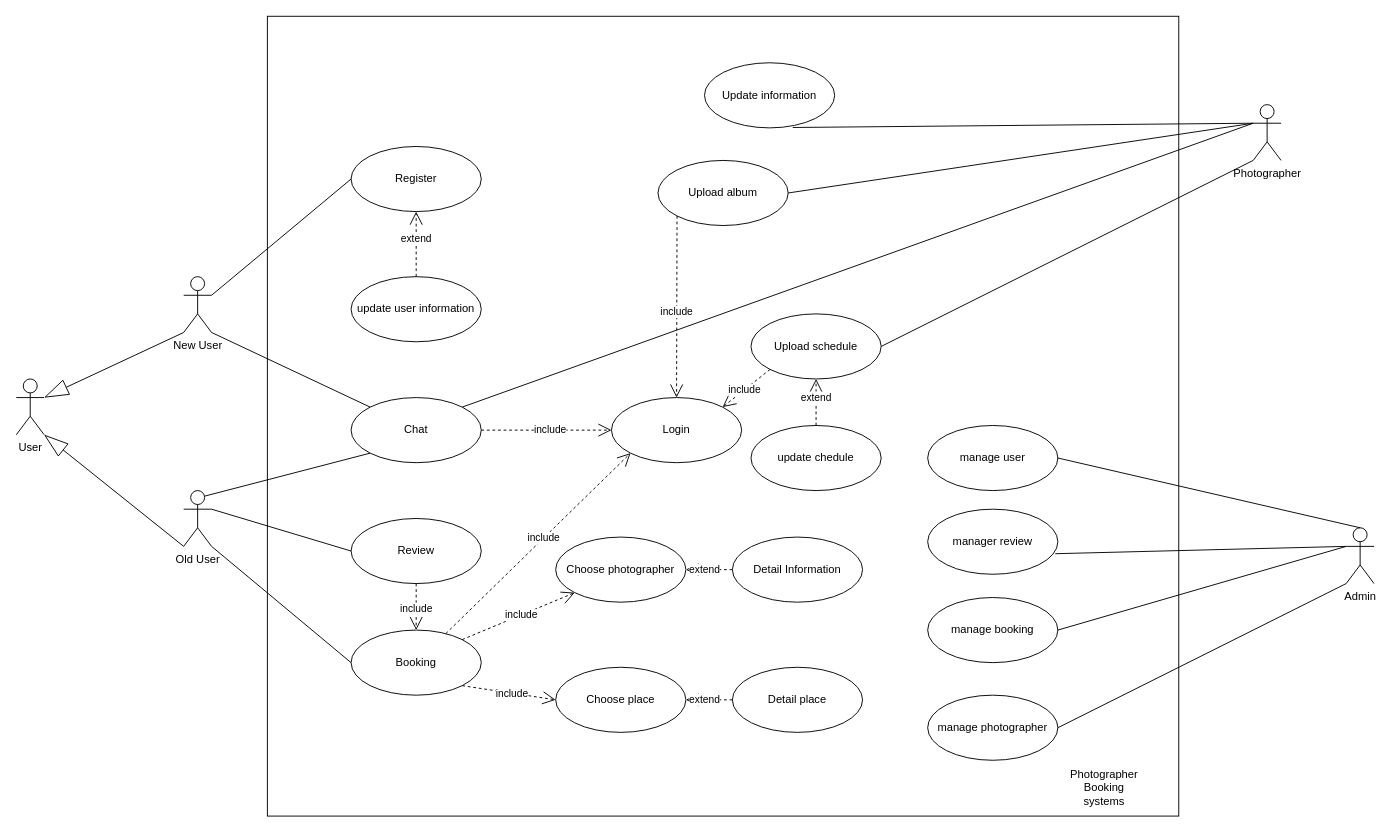
Before: Untitled Diagramxxx1.drawio in caoquy2000/DBI, a draw.io diagram. Source tidied: cells renumbered, new cells numbered last; positions are measured from the earlier drawing's top-left corner, leaving out a move shared by most shapes. Both pictures are drawn from the tidied source at 93%, with x=0, y=0 at pixel (16, 16).
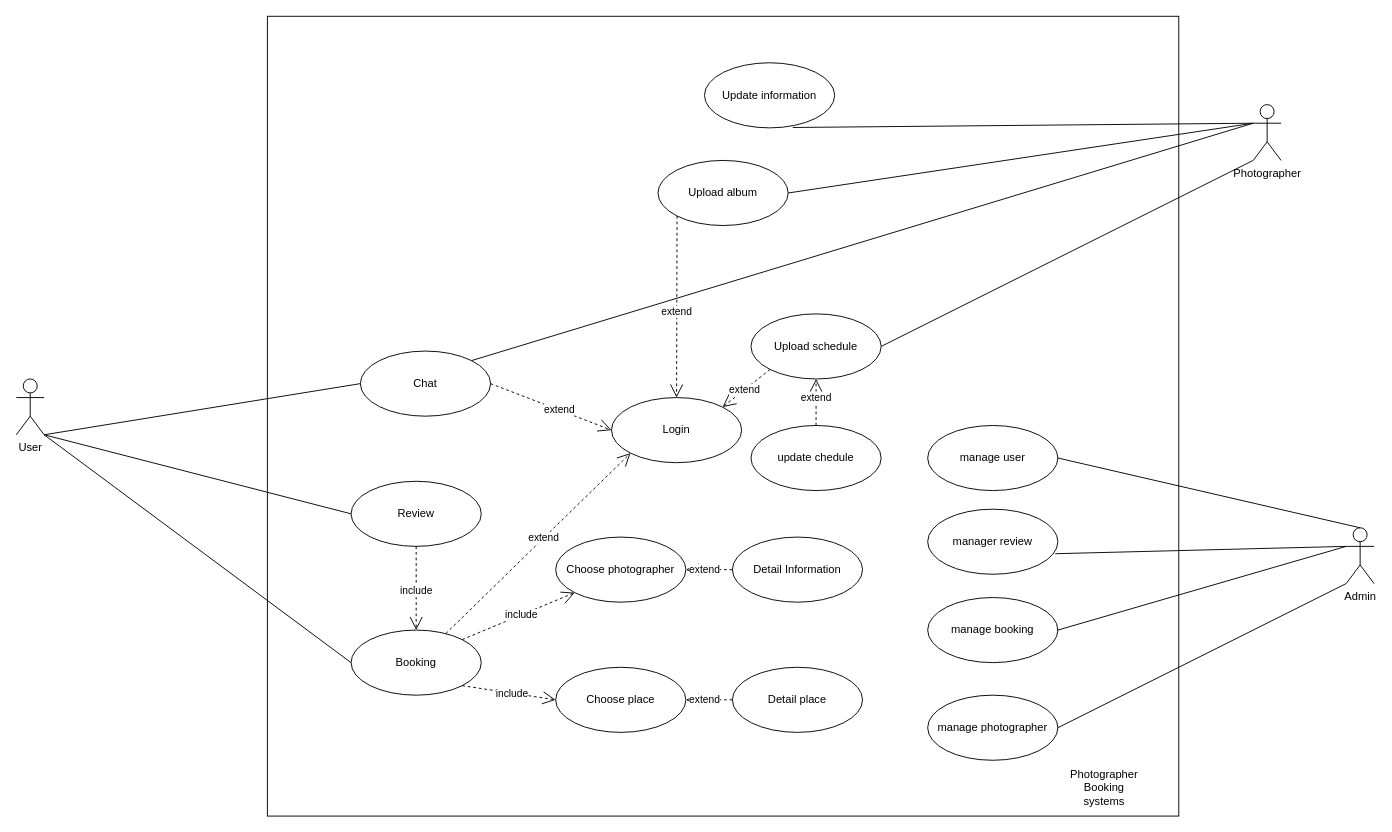
The same page after the edit.

Commit message:
Cập nhật Untitled Diagramxxx1.drawio

The change refers to these unchanged cells:
```xml
<mxCell id="3" value="User" style="shape=umlActor;verticalLabelPosition=bottom;verticalAlign=top;html=1;" parent="1" vertex="1">
  <mxGeometry y="390" width="30" height="60" as="geometry" />
</mxCell>
<mxCell id="8" value="Login" style="ellipse;whiteSpace=wrap;html=1;" parent="1" vertex="1">
  <mxGeometry x="640" y="410" width="140" height="70" as="geometry" />
</mxCell>
<mxCell id="9" value="Booking" style="ellipse;whiteSpace=wrap;html=1;" parent="1" vertex="1">
  <mxGeometry x="360" y="660" width="140" height="70" as="geometry" />
</mxCell>
<mxCell id="13" value="Upload album" style="ellipse;whiteSpace=wrap;html=1;" parent="1" vertex="1">
  <mxGeometry x="690" y="155" width="140" height="70" as="geometry" />
</mxCell>
<mxCell id="16" value="Upload schedule" style="ellipse;whiteSpace=wrap;html=1;" parent="1" vertex="1">
  <mxGeometry x="790" y="320" width="140" height="70" as="geometry" />
</mxCell>
```

Diff of the diagram source:
```diff
@@
-    <mxCell id="4" value="New User" style="shape=umlActor;verticalLabelPosition=bottom;verticalAlign=top;html=1;" parent="1" vertex="1">
-      <mxGeometry x="180" y="280" width="30" height="60" as="geometry" />
-    </mxCell>
-    <mxCell id="5" value="Old User" style="shape=umlActor;verticalLabelPosition=bottom;verticalAlign=top;html=1;" parent="1" vertex="1">
-      <mxGeometry x="180" y="510" width="30" height="60" as="geometry" />
-    </mxCell>
-    <mxCell id="6" value="Register" style="ellipse;whiteSpace=wrap;html=1;" parent="1" vertex="1">
-      <mxGeometry x="360" y="140" width="140" height="70" as="geometry" />
-    </mxCell>
     <mxCell id="7" value="Chat" style="ellipse;whiteSpace=wrap;html=1;" parent="1" vertex="1">
-      <mxGeometry x="360" y="410" width="140" height="70" as="geometry" />
+      <mxGeometry x="370" y="360" width="140" height="70" as="geometry" />
     </mxCell>
@@
     <mxCell id="12" value="Review" style="ellipse;whiteSpace=wrap;html=1;" parent="1" vertex="1">
-      <mxGeometry x="360" y="540" width="140" height="70" as="geometry" />
+      <mxGeometry x="360" y="500" width="140" height="70" as="geometry" />
     </mxCell>
@@
-    <mxCell id="17" style="endArrow=blockThin;endFill=0;endSize=24;html=1;exitX=0;exitY=1;exitDx=0;exitDy=0;exitPerimeter=0;entryX=1;entryY=0.3333333333333333;entryDx=0;entryDy=0;entryPerimeter=0;" parent="1" edge="1" source="4" target="3">
-      <mxGeometry relative="1" as="geometry" />
-    </mxCell>
-    <mxCell id="18" style="endArrow=blockThin;endFill=0;endSize=24;html=1;exitX=0;exitY=1;exitDx=0;exitDy=0;exitPerimeter=0;entryX=1;entryY=1;entryDx=0;entryDy=0;entryPerimeter=0;" parent="1" edge="1" source="5" target="3">
-      <mxGeometry relative="1" as="geometry" />
-    </mxCell>
-    <mxCell id="19" style="endArrow=none;endSize=12;html=1;exitX=1;exitY=0.3333333333333333;exitDx=0;exitDy=0;exitPerimeter=0;entryX=0;entryY=0.5;entryDx=0;entryDy=0;endFill=0;" parent="1" edge="1" source="4" target="6">
-      <mxGeometry x="0.06" relative="1" as="geometry" />
-    </mxCell>
@@
-    <mxCell id="24" style="endArrow=none;endSize=12;html=1;exitX=0.75;exitY=0.1;exitDx=0;exitDy=0;exitPerimeter=0;entryX=0;entryY=1;entryDx=0;entryDy=0;endFill=0;" parent="1" edge="1" source="5" target="7">
+    <mxCell id="24" style="endArrow=none;endSize=12;html=1;exitX=1;exitY=1;exitDx=0;exitDy=0;exitPerimeter=0;entryX=0;entryY=0.5;entryDx=0;entryDy=0;endFill=0;" parent="1" edge="1" source="3" target="7">
       <mxGeometry x="0.18" relative="1" as="geometry" />
     </mxCell>
-    <mxCell id="25" style="endArrow=none;endSize=12;html=1;exitX=1;exitY=0.3333333333333333;exitDx=0;exitDy=0;exitPerimeter=0;entryX=0;entryY=0.5;entryDx=0;entryDy=0;endFill=0;" parent="1" edge="1" source="5" target="12">
+    <mxCell id="25" style="endArrow=none;endSize=12;html=1;exitX=1;exitY=1;exitDx=0;exitDy=0;exitPerimeter=0;entryX=0;entryY=0.5;entryDx=0;entryDy=0;endFill=0;" parent="1" edge="1" source="3" target="12">
       <mxGeometry x="0.06" relative="1" as="geometry" />
     </mxCell>
-    <mxCell id="26" style="endArrow=none;endSize=12;html=1;exitX=1;exitY=1;exitDx=0;exitDy=0;exitPerimeter=0;entryX=0;entryY=0.5;entryDx=0;entryDy=0;endFill=0;" parent="1" edge="1" source="5" target="9">
+    <mxCell id="26" style="endArrow=none;endSize=12;html=1;exitX=1;exitY=1;exitDx=0;exitDy=0;exitPerimeter=0;entryX=0;entryY=0.5;entryDx=0;entryDy=0;endFill=0;" parent="1" edge="1" source="3" target="9">
       <mxGeometry x="0.06" relative="1" as="geometry" />
     </mxCell>
@@
-    <mxCell id="28" style="endArrow=none;endSize=12;html=1;exitX=1;exitY=1;exitDx=0;exitDy=0;exitPerimeter=0;entryX=0;entryY=0;entryDx=0;entryDy=0;endFill=0;" parent="1" edge="1" source="4" target="7">
-      <mxGeometry x="0.18" relative="1" as="geometry" />
-    </mxCell>
@@
-    <mxCell id="32" value="include" style="endArrow=open;endSize=12;dashed=1;html=1;entryX=0;entryY=1;entryDx=0;entryDy=0;" parent="1" edge="1" source="9" target="8">
+    <mxCell id="32" value="extend" style="endArrow=open;endSize=12;dashed=1;html=1;entryX=0;entryY=1;entryDx=0;entryDy=0;" parent="1" edge="1" source="9" target="8">
       <mxGeometry x="0.06" relative="1" as="geometry" />
     </mxCell>
-    <mxCell id="33" value="include" style="endArrow=open;endSize=12;dashed=1;html=1;exitX=1;exitY=0.5;exitDx=0;exitDy=0;entryX=0;entryY=0.5;entryDx=0;entryDy=0;" parent="1" edge="1" source="7" target="8">
-      <mxGeometry x="0.06" relative="1" as="geometry" />
+    <mxCell id="33" value="extend" style="endArrow=open;endSize=12;dashed=1;html=1;exitX=1;exitY=0.5;exitDx=0;exitDy=0;entryX=0;entryY=0.5;entryDx=0;entryDy=0;" parent="1" edge="1" source="7" target="8">
+      <mxGeometry x="0.14" relative="1" as="geometry" />
     </mxCell>
@@
-    <mxCell id="38" value="include" style="endArrow=open;endSize=12;dashed=1;html=1;exitX=0;exitY=1;exitDx=0;exitDy=0;entryX=1;entryY=0;entryDx=0;entryDy=0;" parent="1" edge="1" source="16" target="8">
+    <mxCell id="38" value="extend" style="endArrow=open;endSize=12;dashed=1;html=1;exitX=0;exitY=1;exitDx=0;exitDy=0;entryX=1;entryY=0;entryDx=0;entryDy=0;" parent="1" edge="1" source="16" target="8">
       <mxGeometry x="0.06" relative="1" as="geometry" />
     </mxCell>
-    <mxCell id="39" value="include" style="endArrow=open;endSize=12;dashed=1;html=1;exitX=0;exitY=1;exitDx=0;exitDy=0;entryX=0.5;entryY=0;entryDx=0;entryDy=0;" parent="1" edge="1" source="13" target="8">
+    <mxCell id="39" value="extend" style="endArrow=open;endSize=12;dashed=1;html=1;exitX=0;exitY=1;exitDx=0;exitDy=0;entryX=0.5;entryY=0;entryDx=0;entryDy=0;" parent="1" edge="1" source="13" target="8">
       <mxGeometry x="0.06" relative="1" as="geometry" />
     </mxCell>
-    <mxCell id="40" value="update user information" style="ellipse;whiteSpace=wrap;html=1;" parent="1" vertex="1">
-      <mxGeometry x="360" y="280" width="140" height="70" as="geometry" />
-    </mxCell>
-    <mxCell id="41" value="extend" style="endArrow=open;endSize=12;dashed=1;html=1;exitX=0.5;exitY=0;exitDx=0;exitDy=0;entryX=0.5;entryY=1;entryDx=0;entryDy=0;" parent="1" edge="1" source="40" target="6">
-      <mxGeometry x="0.18" relative="1" as="geometry" />
-    </mxCell>
```
